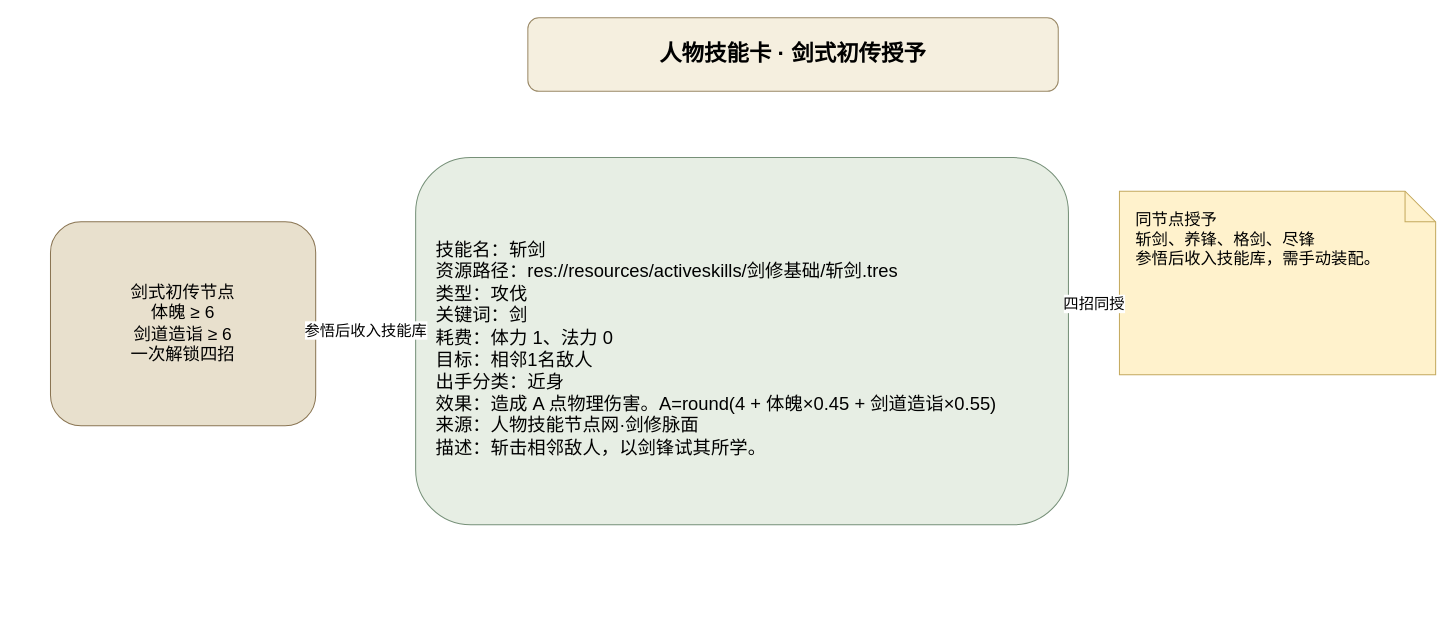
Above: page "斩剑" (1 of 2) of docs/卡牌词典/基础技能节点/斩剑.drawio in ankundanetracyc-spec/tian-guan-you-du (draw.io), before the change. Source tidied: cells renumbered, new cells numbered last; positions are measured from the earlier drawing's top-left corner, leaving out a move shared by most shapes. Both pictures are drawn from the tidied source at 102%, with x=0, y=0 at pixel (50, 17).
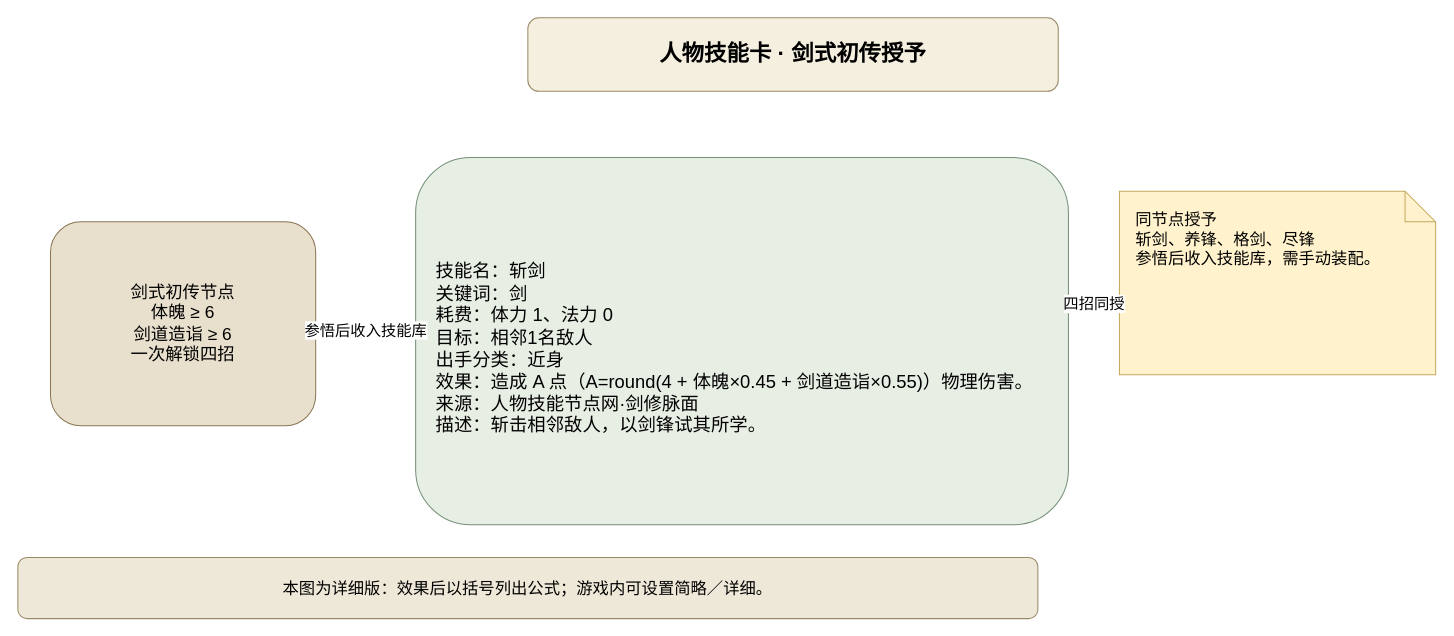
The same page after the edit.

What changed in the source:
```diff
@@
 <mxGraphModel>
   <root>
     <mxCell id="0" />
     <mxCell id="1" parent="0" />
     <mxCell id="2" value="人物技能卡 · 剑式初传授予" style="rounded=1;whiteSpace=wrap;html=1;fillColor=#f5efdf;strokeColor=#9a8967;fontSize=22;fontStyle=1;" parent="1" vertex="1">
       <mxGeometry x="468" width="520" height="72" as="geometry" />
     </mxCell>
     <mxCell id="3" value="剑式初传节点&#10;体魄 ≥ 6&#10;剑道造诣 ≥ 6&#10;一次解锁四招" style="rounded=1;whiteSpace=wrap;html=1;fillColor=#e8e0cd;strokeColor=#8a7553;fontSize=17;" parent="1" vertex="1">
       <mxGeometry y="200" width="260" height="200" as="geometry" />
     </mxCell>
-    <mxCell id="4" value="技能名：斩剑&#10;资源路径：res://resources/activeskills/剑修基础/斩剑.tres&#10;类型：攻伐&#10;关键词：剑&#10;耗费：体力 1、法力 0&#10;目标：相邻1名敌人&#10;出手分类：近身&#10;效果：造成 A 点物理伤害。A=round(4 + 体魄×0.45 + 剑道造诣×0.55)&#10;来源：人物技能节点网·剑修脉面&#10;描述：斩击相邻敌人，以剑锋试其所学。" style="rounded=1;whiteSpace=wrap;html=1;fillColor=#e7eee4;strokeColor=#769078;fontSize=18;align=left;spacingLeft=18;spacingTop=16;" parent="1" vertex="1">
+    <mxCell id="4" value="技能名：斩剑&#10;关键词：剑&#10;耗费：体力 1、法力 0&#10;目标：相邻1名敌人&#10;出手分类：近身&#10;效果：造成 A 点（A=round(4 + 体魄×0.45 + 剑道造诣×0.55)）物理伤害。&#10;来源：人物技能节点网·剑修脉面&#10;描述：斩击相邻敌人，以剑锋试其所学。" style="rounded=1;whiteSpace=wrap;html=1;fillColor=#e7eee4;strokeColor=#769078;fontSize=18;align=left;spacingLeft=18;spacingTop=16;" parent="1" vertex="1">
       <mxGeometry x="358" y="137" width="640" height="360" as="geometry" />
     </mxCell>
     <mxCell id="5" value="同节点授予&#10;斩剑、养锋、格剑、尽锋&#10;参悟后收入技能库，需手动装配。" style="shape=note;whiteSpace=wrap;html=1;fillColor=#fff2cc;strokeColor=#c4a95d;fontSize=16;align=left;verticalAlign=top;spacingLeft=14;spacingTop=12;" parent="1" vertex="1">
       <mxGeometry x="1048" y="170" width="310" height="180" as="geometry" />
     </mxCell>
     <mxCell id="6" value="参悟后收入技能库" style="endArrow=block;html=1;strokeColor=#8a7553;fontSize=15;" parent="1" edge="1" source="3" target="4">
       <mxGeometry relative="1" as="geometry" />
     </mxCell>
     <mxCell id="7" value="四招同授" style="endArrow=block;html=1;strokeColor=#8a7553;fontSize=15;" parent="1" edge="1" source="4" target="5">
       <mxGeometry relative="1" as="geometry" />
     </mxCell>
+    <mxCell id="8" value="本图为详细版：效果后以括号列出公式；游戏内可设置简略／详细。" style="rounded=1;whiteSpace=wrap;html=1;fillColor=#eee8d8;strokeColor=#9a8967;fontSize=16;" parent="1" vertex="1">
+      <mxGeometry x="-32" y="529" width="1000" height="60" as="geometry" />
+    </mxCell>
   </root>
 </mxGraphModel>
```
